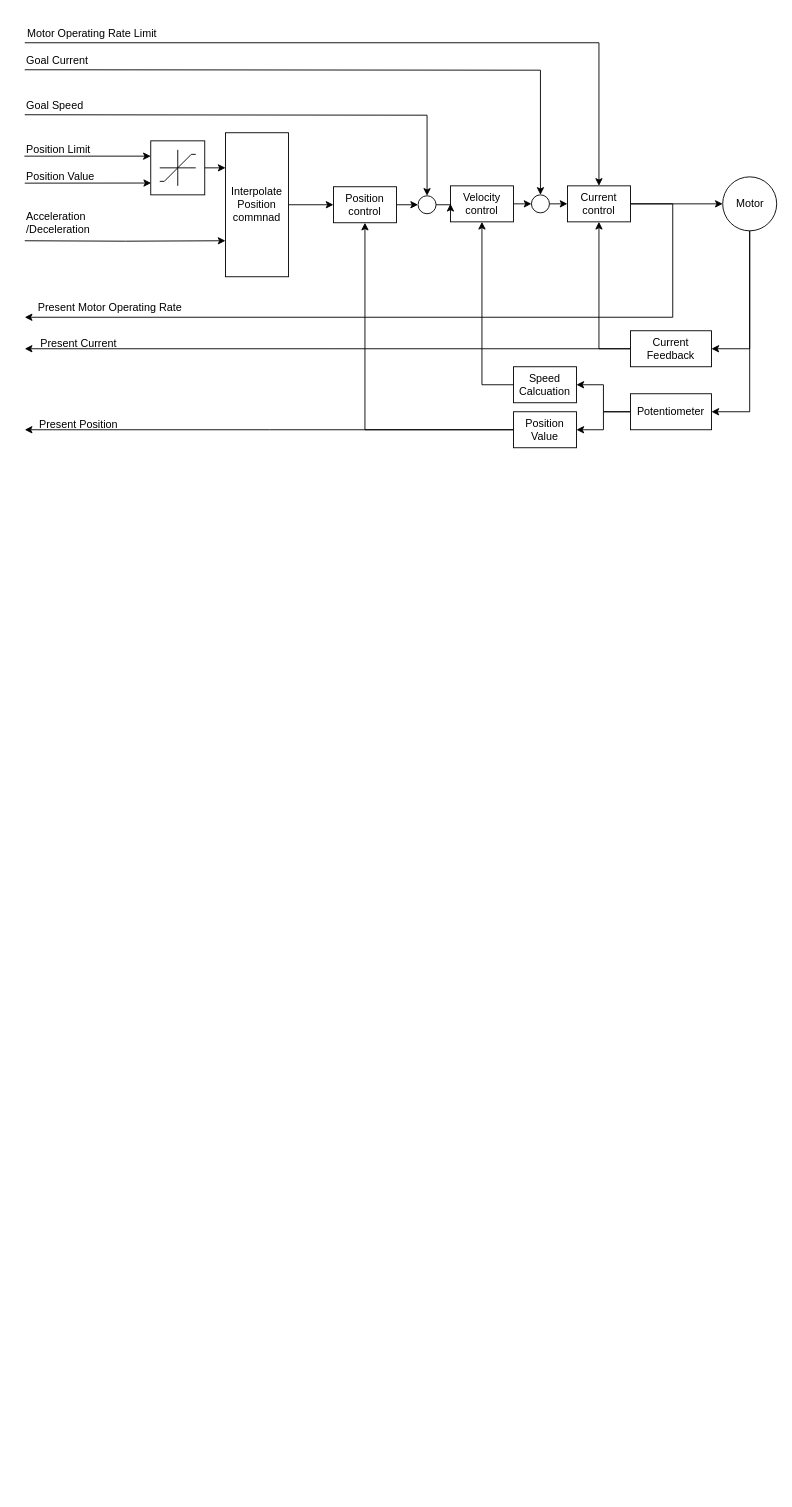
Earlier version of the draw.io diagram 17FC BlockDioagram.drawio (mightyZap25/Manual). Source tidied: cells renumbered, new cells numbered last; positions are measured from the earlier drawing's top-left corner, leaving out a move shared by most shapes. Both pictures are drawn from the tidied source at 90%, with x=0, y=0 at pixel (15, 15).
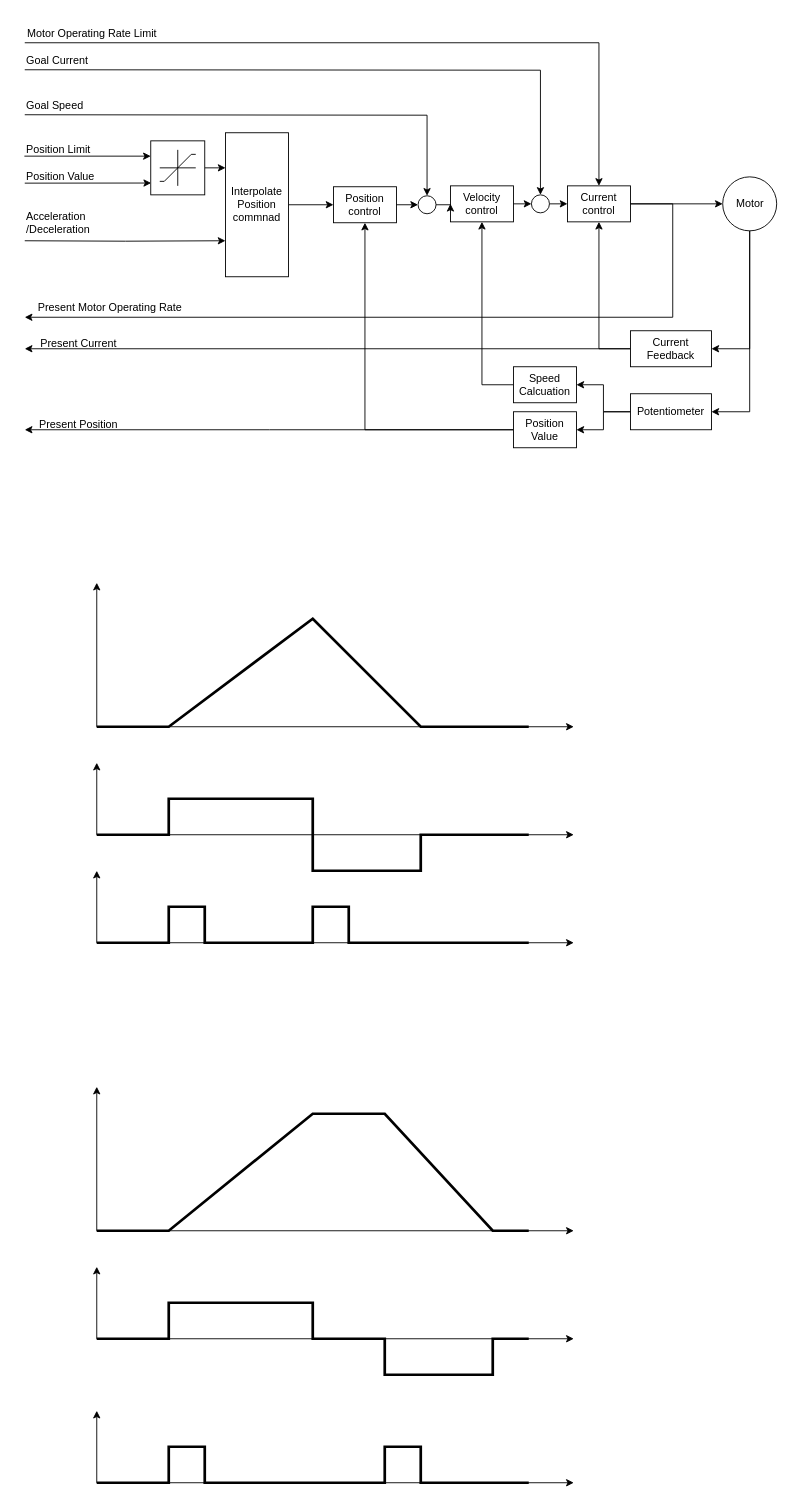
The same diagram, later.

Change to the diagram source:
```diff
@@
+    <mxCell id="51" style="endArrow=classic;html=1;rounded=0;fontSize=8;startArrow=classic;startFill=1;" parent="1" edge="1">
+      <mxGeometry relative="1" as="geometry">
+        <mxPoint x="90" y="630" as="sourcePoint" />
+        <mxPoint x="620" y="790" as="targetPoint" />
+        <Array as="points">
+          <mxPoint x="90" y="790" />
+        </Array>
+      </mxGeometry>
+    </mxCell>
+    <mxCell id="52" style="endArrow=none;html=1;rounded=0;fontSize=8;strokeWidth=3;" parent="1" edge="1">
+      <mxGeometry relative="1" as="geometry">
+        <mxPoint x="90" y="790" as="sourcePoint" />
+        <mxPoint x="570" y="790" as="targetPoint" />
+        <Array as="points">
+          <mxPoint x="170" y="790" />
+          <mxPoint x="330" y="670" />
+          <mxPoint x="450" y="790" />
+        </Array>
+      </mxGeometry>
+    </mxCell>
+    <mxCell id="53" style="endArrow=classic;html=1;rounded=0;fontSize=8;startArrow=classic;startFill=1;" parent="1" edge="1">
+      <mxGeometry relative="1" as="geometry">
+        <mxPoint x="90" y="830" as="sourcePoint" />
+        <mxPoint x="620" y="910" as="targetPoint" />
+        <Array as="points">
+          <mxPoint x="90" y="910" />
+        </Array>
+      </mxGeometry>
+    </mxCell>
+    <mxCell id="54" style="endArrow=none;html=1;rounded=0;fontSize=8;strokeWidth=3;" parent="1" edge="1">
+      <mxGeometry relative="1" as="geometry">
+        <mxPoint x="90" y="910" as="sourcePoint" />
+        <mxPoint x="570" y="910" as="targetPoint" />
+        <Array as="points">
+          <mxPoint x="170" y="910" />
+          <mxPoint x="170" y="870" />
+          <mxPoint x="210" y="870" />
+          <mxPoint x="330" y="870" />
+          <mxPoint x="330" y="910" />
+          <mxPoint x="330" y="950" />
+          <mxPoint x="450" y="950" />
+          <mxPoint x="450" y="910" />
+        </Array>
+      </mxGeometry>
+    </mxCell>
+    <mxCell id="55" style="endArrow=classic;html=1;rounded=0;fontSize=8;startArrow=classic;startFill=1;" parent="1" edge="1">
+      <mxGeometry relative="1" as="geometry">
+        <mxPoint x="90" y="1190" as="sourcePoint" />
+        <mxPoint x="620" y="1350" as="targetPoint" />
+        <Array as="points">
+          <mxPoint x="90" y="1350" />
+        </Array>
+      </mxGeometry>
+    </mxCell>
+    <mxCell id="56" style="endArrow=none;html=1;rounded=0;fontSize=8;strokeWidth=3;" parent="1" edge="1">
+      <mxGeometry relative="1" as="geometry">
+        <mxPoint x="90" y="1350" as="sourcePoint" />
+        <mxPoint x="570" y="1350" as="targetPoint" />
+        <Array as="points">
+          <mxPoint x="170" y="1350" />
+          <mxPoint x="330" y="1220" />
+          <mxPoint x="410" y="1220" />
+          <mxPoint x="530" y="1350" />
+        </Array>
+      </mxGeometry>
+    </mxCell>
+    <mxCell id="57" style="endArrow=classic;html=1;rounded=0;fontSize=8;startArrow=classic;startFill=1;" parent="1" edge="1">
+      <mxGeometry relative="1" as="geometry">
+        <mxPoint x="90" y="1550" as="sourcePoint" />
+        <mxPoint x="620" y="1630" as="targetPoint" />
+        <Array as="points">
+          <mxPoint x="90" y="1630" />
+        </Array>
+      </mxGeometry>
+    </mxCell>
+    <mxCell id="58" style="endArrow=none;html=1;rounded=0;fontSize=8;strokeWidth=3;" parent="1" edge="1">
+      <mxGeometry relative="1" as="geometry">
+        <mxPoint x="90" y="1630" as="sourcePoint" />
+        <mxPoint x="570" y="1630" as="targetPoint" />
+        <Array as="points">
+          <mxPoint x="170" y="1630" />
+          <mxPoint x="170" y="1590" />
+          <mxPoint x="210" y="1590" />
+          <mxPoint x="210" y="1630" />
+          <mxPoint x="410" y="1630" />
+          <mxPoint x="410" y="1590" />
+          <mxPoint x="450" y="1590" />
+          <mxPoint x="450" y="1630" />
+        </Array>
+      </mxGeometry>
+    </mxCell>
+    <mxCell id="59" style="endArrow=classic;html=1;rounded=0;fontSize=8;startArrow=classic;startFill=1;" parent="1" edge="1">
+      <mxGeometry relative="1" as="geometry">
+        <mxPoint x="90" y="950" as="sourcePoint" />
+        <mxPoint x="620" y="1030" as="targetPoint" />
+        <Array as="points">
+          <mxPoint x="90" y="1030" />
+        </Array>
+      </mxGeometry>
+    </mxCell>
+    <mxCell id="60" style="endArrow=none;html=1;rounded=0;fontSize=8;strokeWidth=3;" parent="1" edge="1">
+      <mxGeometry relative="1" as="geometry">
+        <mxPoint x="90" y="1030" as="sourcePoint" />
+        <mxPoint x="570" y="1030" as="targetPoint" />
+        <Array as="points">
+          <mxPoint x="170" y="1030" />
+          <mxPoint x="170" y="990" />
+          <mxPoint x="210" y="990" />
+          <mxPoint x="210" y="1030" />
+          <mxPoint x="330" y="1030" />
+          <mxPoint x="330" y="990" />
+          <mxPoint x="370" y="990" />
+          <mxPoint x="370" y="1030" />
+        </Array>
+      </mxGeometry>
+    </mxCell>
+    <mxCell id="61" style="endArrow=classic;html=1;rounded=0;fontSize=8;startArrow=classic;startFill=1;" parent="1" edge="1">
+      <mxGeometry relative="1" as="geometry">
+        <mxPoint x="90" y="1390" as="sourcePoint" />
+        <mxPoint x="620" y="1470" as="targetPoint" />
+        <Array as="points">
+          <mxPoint x="90" y="1470" />
+        </Array>
+      </mxGeometry>
+    </mxCell>
+    <mxCell id="62" style="endArrow=none;html=1;rounded=0;fontSize=8;strokeWidth=3;" parent="1" edge="1">
+      <mxGeometry relative="1" as="geometry">
+        <mxPoint x="90" y="1470" as="sourcePoint" />
+        <mxPoint x="570" y="1470" as="targetPoint" />
+        <Array as="points">
+          <mxPoint x="170" y="1470" />
+          <mxPoint x="170" y="1430" />
+          <mxPoint x="210" y="1430" />
+          <mxPoint x="330" y="1430" />
+          <mxPoint x="330" y="1470" />
+          <mxPoint x="410" y="1470" />
+          <mxPoint x="410" y="1510" />
+          <mxPoint x="530" y="1510" />
+          <mxPoint x="530" y="1470" />
+        </Array>
+      </mxGeometry>
+    </mxCell>
```
